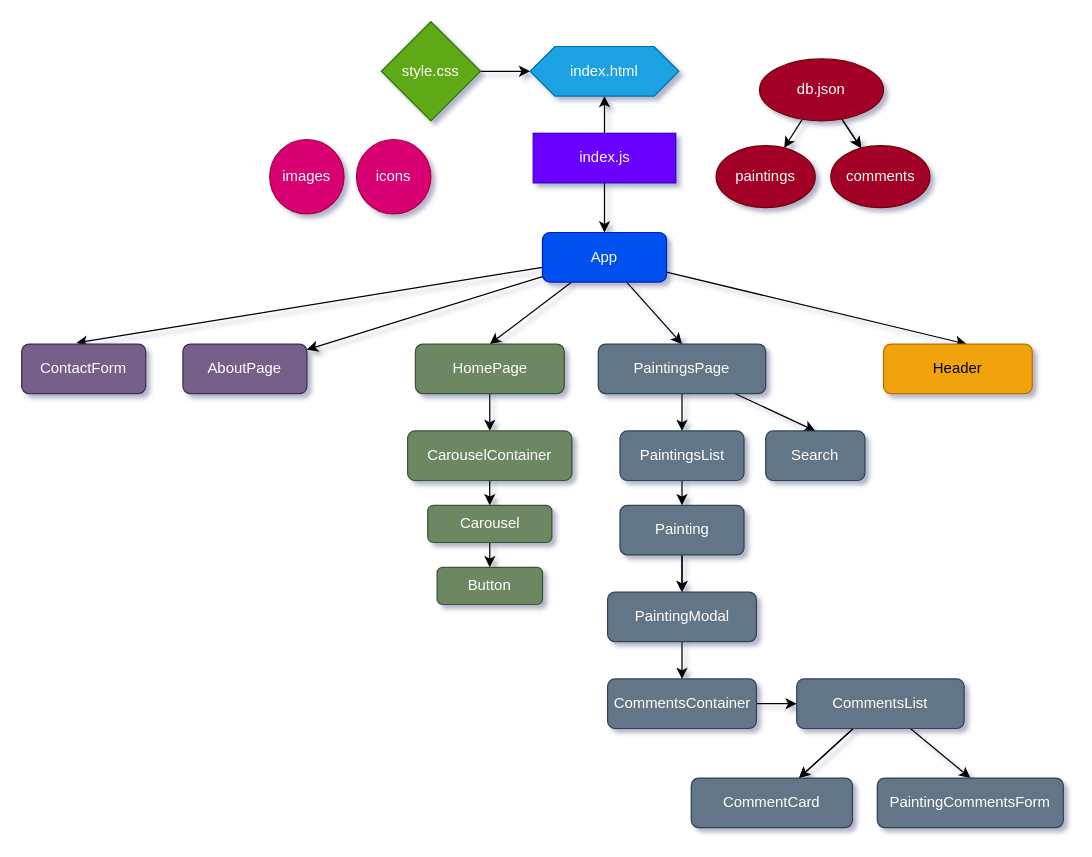
Above: .drawio in dmostoller/phase-2-project (draw.io), before the change. Source tidied: cells renumbered, new cells numbered last; positions are measured from the earlier drawing's top-left corner, leaving out a move shared by most shapes. Both pictures are drawn from the tidied source at 124%, with x=0, y=0 at pixel (21, 21).
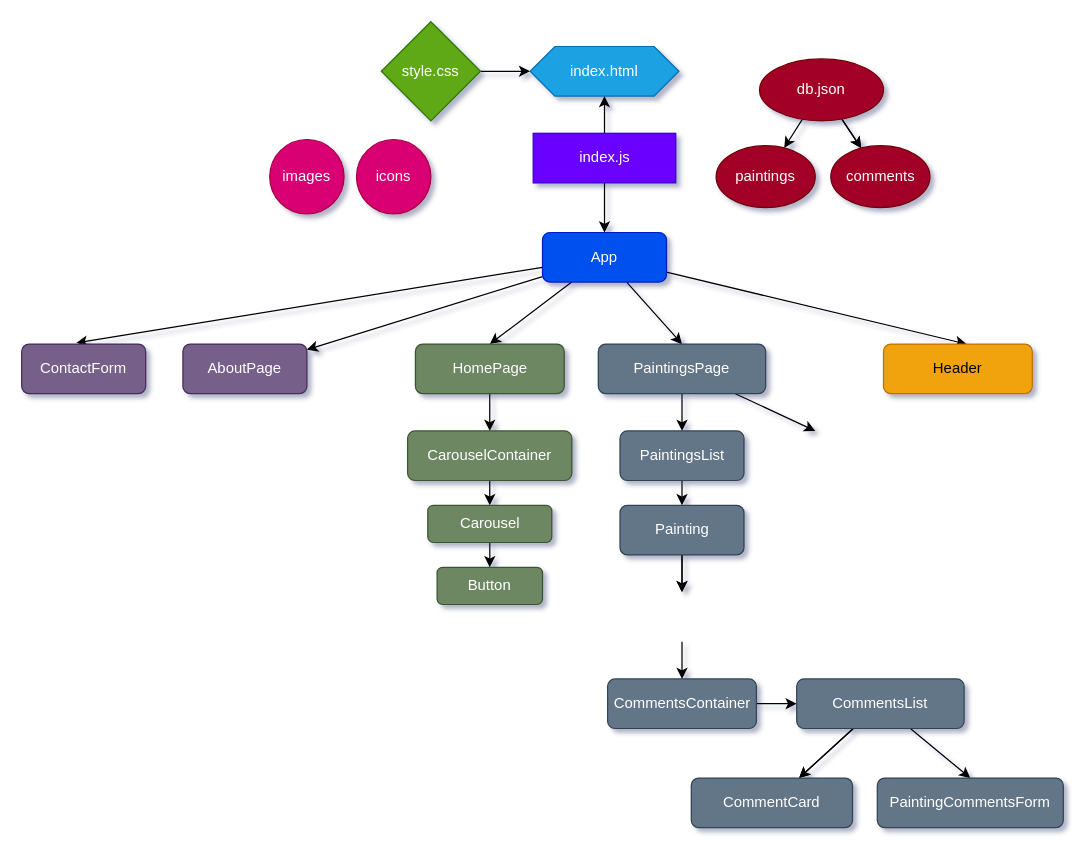
After the change.

Unchanged cells that the change refers to:
```xml
<mxCell id="10" value="PaintingsPage" style="rounded=1;whiteSpace=wrap;html=1;fillColor=#647687;fontColor=#ffffff;strokeColor=#314354;" parent="1" vertex="1">
  <mxGeometry x="465" y="260" width="135" height="40" as="geometry" />
</mxCell>
<mxCell id="13" value="Painting" style="rounded=1;whiteSpace=wrap;html=1;fillColor=#647687;fontColor=#ffffff;strokeColor=#314354;" parent="1" vertex="1">
  <mxGeometry x="482.5" y="390" width="100" height="40" as="geometry" />
</mxCell>
<mxCell id="18" value="CommentsContainer" style="whiteSpace=wrap;html=1;rounded=1;fillColor=#647687;fontColor=#ffffff;strokeColor=#314354;" parent="1" vertex="1">
  <mxGeometry x="472.5" y="530" width="120" height="40" as="geometry" />
</mxCell>
```

Diff of the diagram source:
```diff
@@
-    <mxCell id="8" style="edgeStyle=none;html=1;entryX=0.5;entryY=0;entryDx=0;entryDy=0;rounded=1;" parent="1" edge="1" source="10" target="34">
-      <mxGeometry relative="1" as="geometry" />
+    <mxCell id="8" style="edgeStyle=none;html=1;entryX=0.5;entryY=0;entryDx=0;entryDy=0;rounded=1;" parent="1" edge="1" source="10">
+      <mxGeometry relative="1" as="geometry">
+        <mxPoint x="640" y="330" as="targetPoint" />
+      </mxGeometry>
     </mxCell>
@@
-    <mxCell id="11" style="edgeStyle=none;html=1;rounded=1;" parent="1" edge="1" source="13" target="32">
-      <mxGeometry relative="1" as="geometry" />
+    <mxCell id="11" style="edgeStyle=none;html=1;rounded=1;" parent="1" edge="1" source="13">
+      <mxGeometry relative="1" as="geometry">
+        <mxPoint x="532.5" y="460" as="targetPoint" />
+      </mxGeometry>
     </mxCell>
-    <mxCell id="12" style="edgeStyle=none;html=1;" parent="1" edge="1" source="13" target="32">
-      <mxGeometry relative="1" as="geometry" />
+    <mxCell id="12" style="edgeStyle=none;html=1;" parent="1" edge="1" source="13">
+      <mxGeometry relative="1" as="geometry">
+        <mxPoint x="532.5" y="460" as="targetPoint" />
+      </mxGeometry>
     </mxCell>
@@
-    <mxCell id="31" style="edgeStyle=none;html=1;rounded=1;" parent="1" edge="1" source="32" target="18">
-      <mxGeometry relative="1" as="geometry" />
+    <mxCell id="31" style="edgeStyle=none;html=1;rounded=1;" parent="1" edge="1" target="18">
+      <mxGeometry relative="1" as="geometry">
+        <mxPoint x="532.5" y="500" as="sourcePoint" />
+      </mxGeometry>
     </mxCell>
-    <mxCell id="32" value="PaintingModal" style="rounded=1;whiteSpace=wrap;html=1;fillColor=#647687;fontColor=#ffffff;strokeColor=#314354;" parent="1" vertex="1">
-      <mxGeometry x="472.5" y="460" width="120" height="40" as="geometry" />
-    </mxCell>
@@
-    <mxCell id="34" value="Search" style="rounded=1;whiteSpace=wrap;html=1;fillColor=#647687;fontColor=#ffffff;strokeColor=#314354;" parent="1" vertex="1">
-      <mxGeometry x="600" y="330" width="80" height="40" as="geometry" />
-    </mxCell>
```
